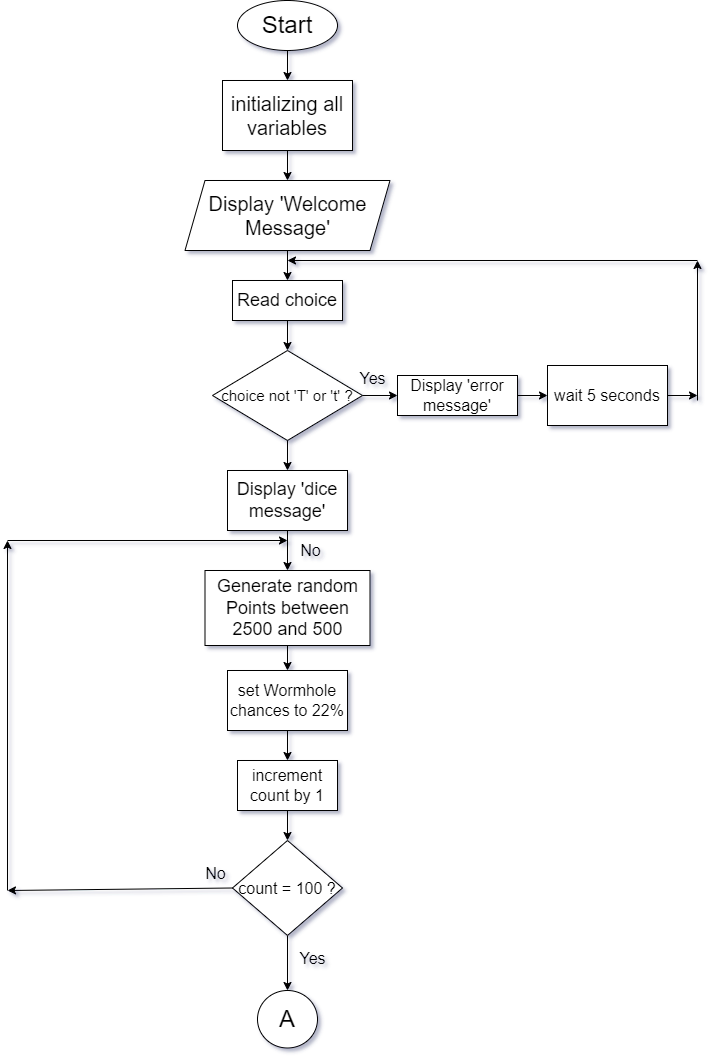
apollo69-22/Computer-Studies keeps this draw.io diagram as Computer Programs/java_peter/Year_Final_Project/Space-RacerII/Documentation/Game Flowchart/Game Flowchart (Draw.IO)/Image Files/Space Racer JAVA Game (Game Flowchart) (PG 1).png. Above is the earlier version. Source tidied: cells renumbered, new cells last; positions are measured from the earlier drawing's top-left corner, leaving out a move shared by most shapes. Source of this version:
```xml
<mxGraphModel>
  <root>
    <mxCell id="0" />
    <mxCell id="1" parent="0" />
    <mxCell id="2" value="&lt;font style=&quot;font-size: 24px;&quot;&gt;Start&lt;/font&gt;" style="ellipse;whiteSpace=wrap;html=1;" parent="1" vertex="1">
      <mxGeometry x="230" width="100" height="50" as="geometry" />
    </mxCell>
    <mxCell id="3" value="&lt;font style=&quot;font-size: 20px;&quot;&gt;initializing all variables&lt;/font&gt;" style="rounded=0;whiteSpace=wrap;html=1;" parent="1" vertex="1">
      <mxGeometry x="215" y="80" width="130" height="70" as="geometry" />
    </mxCell>
    <mxCell id="4" style="endArrow=classic;html=1;rounded=0;exitX=0.5;exitY=1;exitDx=0;exitDy=0;entryX=0.5;entryY=0;entryDx=0;entryDy=0;" parent="1" edge="1" source="3" target="5">
      <mxGeometry relative="1" as="geometry" />
    </mxCell>
    <mxCell id="5" value="&lt;font style=&quot;font-size: 20px;&quot;&gt;Display 'Welcome Message'&lt;/font&gt;" style="shape=parallelogram;perimeter=parallelogramPerimeter;whiteSpace=wrap;html=1;fixedSize=1;" parent="1" vertex="1">
      <mxGeometry x="177.5" y="180" width="205" height="70" as="geometry" />
    </mxCell>
    <mxCell id="6" style="endArrow=classic;html=1;rounded=0;exitX=0.5;exitY=1;exitDx=0;exitDy=0;entryX=0.5;entryY=0;entryDx=0;entryDy=0;" parent="1" edge="1" source="5" target="7">
      <mxGeometry relative="1" as="geometry" />
    </mxCell>
    <mxCell id="7" value="&lt;font style=&quot;font-size: 18px;&quot;&gt;Read choice&lt;/font&gt;" style="rounded=0;whiteSpace=wrap;html=1;" parent="1" vertex="1">
      <mxGeometry x="225" y="280" width="110" height="40" as="geometry" />
    </mxCell>
    <mxCell id="8" style="endArrow=classic;html=1;rounded=0;exitX=0.5;exitY=1;exitDx=0;exitDy=0;entryX=0.5;entryY=0;entryDx=0;entryDy=0;" parent="1" edge="1" source="7" target="9">
      <mxGeometry relative="1" as="geometry" />
    </mxCell>
    <mxCell id="9" value="&lt;font style=&quot;font-size: 15px;&quot;&gt;choice not 'T' or 't' ?&lt;/font&gt;" style="rhombus;whiteSpace=wrap;html=1;" parent="1" vertex="1">
      <mxGeometry x="205" y="350" width="150" height="90" as="geometry" />
    </mxCell>
    <mxCell id="10" style="endArrow=classic;html=1;rounded=0;exitX=0.5;exitY=1;exitDx=0;exitDy=0;entryX=0.5;entryY=0;entryDx=0;entryDy=0;" parent="1" edge="1" source="2" target="3">
      <mxGeometry relative="1" as="geometry" />
    </mxCell>
    <mxCell id="11" style="endArrow=classic;html=1;rounded=0;entryX=0.5;entryY=0;entryDx=0;entryDy=0;exitX=0.5;exitY=1;exitDx=0;exitDy=0;" parent="1" edge="1" source="9" target="12">
      <mxGeometry relative="1" as="geometry" />
    </mxCell>
    <mxCell id="12" value="&lt;font style=&quot;font-size: 18px;&quot;&gt;Display 'dice message'&lt;/font&gt;" style="rounded=0;whiteSpace=wrap;html=1;" parent="1" vertex="1">
      <mxGeometry x="220" y="470" width="120" height="60" as="geometry" />
    </mxCell>
    <mxCell id="13" style="endArrow=classic;html=1;rounded=0;entryX=0.5;entryY=0;entryDx=0;entryDy=0;exitX=0.5;exitY=1;exitDx=0;exitDy=0;" parent="1" edge="1" source="12" target="15">
      <mxGeometry relative="1" as="geometry" />
    </mxCell>
    <mxCell id="14" style="edgeStyle=orthogonalEdgeStyle;rounded=0;jettySize=auto;html=1;entryX=0.5;entryY=0;entryDx=0;entryDy=0;" parent="1" edge="1" source="15" target="17">
      <mxGeometry relative="1" as="geometry" />
    </mxCell>
    <mxCell id="15" value="&lt;font style=&quot;font-size: 18px;&quot;&gt;Generate random Points between 2500 and 500&lt;/font&gt;" style="rounded=0;whiteSpace=wrap;html=1;" parent="1" vertex="1">
      <mxGeometry x="197.5" y="570" width="165" height="75" as="geometry" />
    </mxCell>
    <mxCell id="16" style="edgeStyle=orthogonalEdgeStyle;rounded=0;jettySize=auto;html=1;" parent="1" edge="1" source="17" target="19">
      <mxGeometry relative="1" as="geometry" />
    </mxCell>
    <mxCell id="17" value="&lt;font style=&quot;font-size: 16px;&quot;&gt;set Wormhole chances to 22%&lt;/font&gt;" style="rounded=0;whiteSpace=wrap;html=1;" parent="1" vertex="1">
      <mxGeometry x="220" y="670" width="120" height="60" as="geometry" />
    </mxCell>
    <mxCell id="18" style="edgeStyle=orthogonalEdgeStyle;rounded=0;jettySize=auto;html=1;" parent="1" edge="1" source="19" target="21">
      <mxGeometry relative="1" as="geometry" />
    </mxCell>
    <mxCell id="19" value="&lt;font style=&quot;font-size: 16px;&quot;&gt;increment count by 1&lt;/font&gt;" style="whiteSpace=wrap;html=1;rounded=0;" parent="1" vertex="1">
      <mxGeometry x="230" y="760" width="100" height="50" as="geometry" />
    </mxCell>
    <mxCell id="20" style="edgeStyle=orthogonalEdgeStyle;rounded=0;jettySize=auto;html=1;" parent="1" edge="1" source="21" target="22">
      <mxGeometry relative="1" as="geometry" />
    </mxCell>
    <mxCell id="21" value="&lt;font style=&quot;font-size: 16px;&quot;&gt;count = 100 ?&lt;/font&gt;" style="rhombus;whiteSpace=wrap;html=1;rounded=0;" parent="1" vertex="1">
      <mxGeometry x="225" y="840" width="110" height="95" as="geometry" />
    </mxCell>
    <mxCell id="22" value="&lt;font style=&quot;font-size: 24px;&quot;&gt;A&lt;/font&gt;" style="ellipse;whiteSpace=wrap;html=1;rounded=0;" parent="1" vertex="1">
      <mxGeometry x="250" y="990" width="60" height="57.5" as="geometry" />
    </mxCell>
    <mxCell id="23" style="endArrow=classic;html=1;rounded=0;exitX=0;exitY=0.5;exitDx=0;exitDy=0;" parent="1" edge="1" source="21">
      <mxGeometry relative="1" as="geometry">
        <mxPoint y="890" as="targetPoint" />
      </mxGeometry>
    </mxCell>
    <mxCell id="24" style="endArrow=classic;html=1;rounded=0;" parent="1" edge="1">
      <mxGeometry relative="1" as="geometry">
        <mxPoint y="540" as="sourcePoint" />
        <mxPoint x="280" y="540" as="targetPoint" />
      </mxGeometry>
    </mxCell>
    <mxCell id="25" style="endArrow=classic;html=1;rounded=0;" parent="1" edge="1">
      <mxGeometry relative="1" as="geometry">
        <mxPoint y="890" as="sourcePoint" />
        <mxPoint y="540" as="targetPoint" />
      </mxGeometry>
    </mxCell>
    <mxCell id="26" style="endArrow=classic;html=1;rounded=0;exitX=1;exitY=0.5;exitDx=0;exitDy=0;entryX=0;entryY=0.5;entryDx=0;entryDy=0;" parent="1" edge="1" source="9" target="28">
      <mxGeometry relative="1" as="geometry" />
    </mxCell>
    <mxCell id="27" style="edgeStyle=orthogonalEdgeStyle;rounded=0;jettySize=auto;html=1;" parent="1" edge="1" source="28" target="29">
      <mxGeometry relative="1" as="geometry" />
    </mxCell>
    <mxCell id="28" value="&lt;font style=&quot;font-size: 16px;&quot;&gt;Display 'error message'&lt;/font&gt;" style="rounded=0;whiteSpace=wrap;html=1;" parent="1" vertex="1">
      <mxGeometry x="390" y="375" width="120" height="40" as="geometry" />
    </mxCell>
    <mxCell id="29" value="&lt;font style=&quot;font-size: 16px;&quot;&gt;wait 5 seconds&lt;/font&gt;" style="whiteSpace=wrap;html=1;rounded=0;" parent="1" vertex="1">
      <mxGeometry x="540" y="365" width="120" height="60" as="geometry" />
    </mxCell>
    <mxCell id="30" style="endArrow=classic;html=1;rounded=0;" parent="1" edge="1">
      <mxGeometry relative="1" as="geometry">
        <mxPoint x="690" y="260" as="sourcePoint" />
        <mxPoint x="280" y="260" as="targetPoint" />
      </mxGeometry>
    </mxCell>
    <mxCell id="31" style="endArrow=classic;html=1;rounded=0;exitX=1;exitY=0.5;exitDx=0;exitDy=0;" parent="1" edge="1" source="29">
      <mxGeometry relative="1" as="geometry">
        <mxPoint x="690" y="395" as="targetPoint" />
      </mxGeometry>
    </mxCell>
    <mxCell id="32" style="endArrow=classic;html=1;rounded=0;" parent="1" edge="1">
      <mxGeometry relative="1" as="geometry">
        <mxPoint x="690" y="400" as="sourcePoint" />
        <mxPoint x="690" y="260" as="targetPoint" />
      </mxGeometry>
    </mxCell>
    <mxCell id="33" value="&lt;font style=&quot;font-size: 16px;&quot;&gt;Yes&lt;/font&gt;" style="text;html=1;align=center;verticalAlign=middle;strokeColor=none;fillColor=none;" parent="1" vertex="1">
      <mxGeometry x="340" y="363" width="50" height="30" as="geometry" />
    </mxCell>
    <mxCell id="34" value="&lt;font style=&quot;font-size: 16px;&quot;&gt;Yes&lt;/font&gt;" style="text;html=1;align=center;verticalAlign=middle;strokeColor=none;fillColor=none;" parent="1" vertex="1">
      <mxGeometry x="280" y="943" width="50" height="30" as="geometry" />
    </mxCell>
    <mxCell id="35" value="&lt;font style=&quot;font-size: 16px;&quot;&gt;No&lt;/font&gt;" style="text;html=1;align=center;verticalAlign=middle;strokeColor=none;fillColor=none;" parent="1" vertex="1">
      <mxGeometry x="188" y="858" width="40" height="30" as="geometry" />
    </mxCell>
    <mxCell id="36" value="&lt;font style=&quot;font-size: 16px;&quot;&gt;No&lt;/font&gt;" style="text;html=1;align=center;verticalAlign=middle;strokeColor=none;fillColor=none;" parent="1" vertex="1">
      <mxGeometry x="283" y="535" width="40" height="30" as="geometry" />
    </mxCell>
  </root>
</mxGraphModel>
```
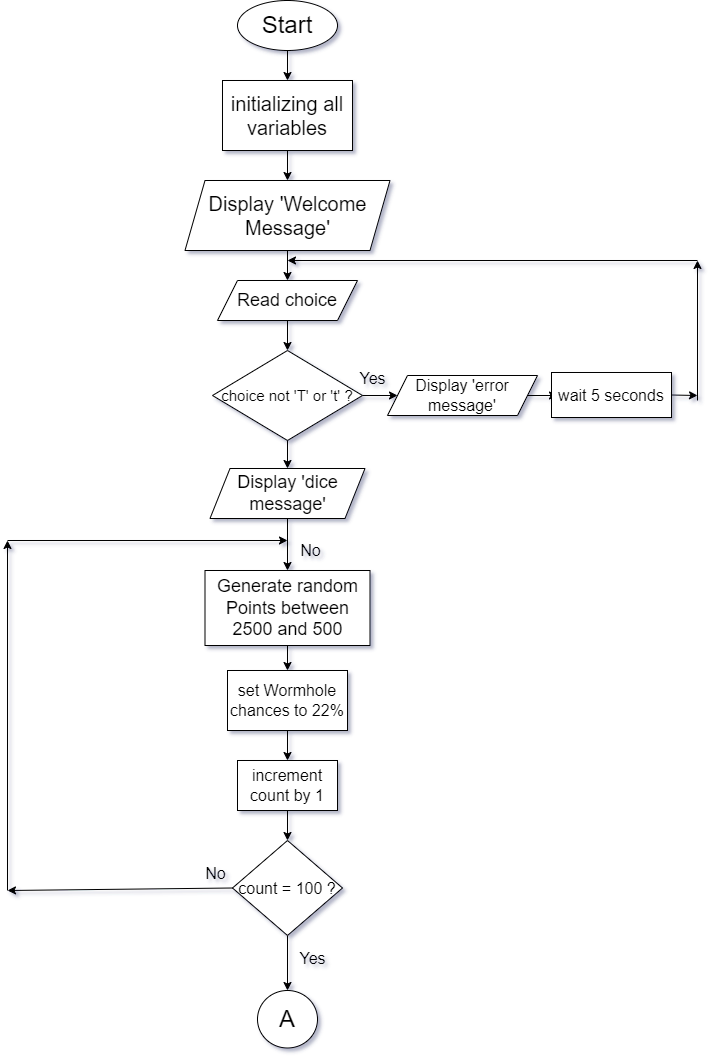
Later version of the same file.

Change to the diagram source:
```diff
@@ -17,10 +17,7 @@
     <mxCell id="6" style="endArrow=classic;html=1;rounded=0;exitX=0.5;exitY=1;exitDx=0;exitDy=0;entryX=0.5;entryY=0;entryDx=0;entryDy=0;" parent="1" edge="1" source="5" target="7">
       <mxGeometry relative="1" as="geometry" />
     </mxCell>
-    <mxCell id="7" value="&lt;font style=&quot;font-size: 18px;&quot;&gt;Read choice&lt;/font&gt;" style="rounded=0;whiteSpace=wrap;html=1;" parent="1" vertex="1">
-      <mxGeometry x="225" y="280" width="110" height="40" as="geometry" />
-    </mxCell>
-    <mxCell id="8" style="endArrow=classic;html=1;rounded=0;exitX=0.5;exitY=1;exitDx=0;exitDy=0;entryX=0.5;entryY=0;entryDx=0;entryDy=0;" parent="1" edge="1" source="7" target="9">
+    <mxCell id="8" style="endArrow=classic;html=1;rounded=0;entryX=0.5;entryY=0;entryDx=0;entryDy=0;exitX=0.5;exitY=1;exitDx=0;exitDy=0;" parent="1" edge="1" source="7" target="9">
       <mxGeometry relative="1" as="geometry" />
     </mxCell>
     <mxCell id="9" value="&lt;font style=&quot;font-size: 15px;&quot;&gt;choice not 'T' or 't' ?&lt;/font&gt;" style="rhombus;whiteSpace=wrap;html=1;" parent="1" vertex="1">
@@ -32,11 +29,10 @@
     <mxCell id="11" style="endArrow=classic;html=1;rounded=0;entryX=0.5;entryY=0;entryDx=0;entryDy=0;exitX=0.5;exitY=1;exitDx=0;exitDy=0;" parent="1" edge="1" source="9" target="12">
       <mxGeometry relative="1" as="geometry" />
     </mxCell>
-    <mxCell id="12" value="&lt;font style=&quot;font-size: 18px;&quot;&gt;Display 'dice message'&lt;/font&gt;" style="rounded=0;whiteSpace=wrap;html=1;" parent="1" vertex="1">
-      <mxGeometry x="220" y="470" width="120" height="60" as="geometry" />
-    </mxCell>
-    <mxCell id="13" style="endArrow=classic;html=1;rounded=0;entryX=0.5;entryY=0;entryDx=0;entryDy=0;exitX=0.5;exitY=1;exitDx=0;exitDy=0;" parent="1" edge="1" source="12" target="15">
-      <mxGeometry relative="1" as="geometry" />
+    <mxCell id="13" style="endArrow=classic;html=1;rounded=0;exitX=0.5;exitY=1;exitDx=0;exitDy=0;" parent="1" edge="1" source="12">
+      <mxGeometry relative="1" as="geometry">
+        <mxPoint x="280" y="570" as="targetPoint" />
+      </mxGeometry>
     </mxCell>
     <mxCell id="14" style="edgeStyle=orthogonalEdgeStyle;rounded=0;jettySize=auto;html=1;entryX=0.5;entryY=0;entryDx=0;entryDy=0;" parent="1" edge="1" source="15" target="17">
       <mxGeometry relative="1" as="geometry" />
@@ -85,14 +81,11 @@
     <mxCell id="26" style="endArrow=classic;html=1;rounded=0;exitX=1;exitY=0.5;exitDx=0;exitDy=0;entryX=0;entryY=0.5;entryDx=0;entryDy=0;" parent="1" edge="1" source="9" target="28">
       <mxGeometry relative="1" as="geometry" />
     </mxCell>
-    <mxCell id="27" style="edgeStyle=orthogonalEdgeStyle;rounded=0;jettySize=auto;html=1;" parent="1" edge="1" source="28" target="29">
+    <mxCell id="27" style="edgeStyle=orthogonalEdgeStyle;rounded=0;jettySize=auto;html=1;exitX=1;exitY=0.5;exitDx=0;exitDy=0;" parent="1" edge="1" source="28" target="29">
       <mxGeometry relative="1" as="geometry" />
     </mxCell>
-    <mxCell id="28" value="&lt;font style=&quot;font-size: 16px;&quot;&gt;Display 'error message'&lt;/font&gt;" style="rounded=0;whiteSpace=wrap;html=1;" parent="1" vertex="1">
-      <mxGeometry x="390" y="375" width="120" height="40" as="geometry" />
-    </mxCell>
     <mxCell id="29" value="&lt;font style=&quot;font-size: 16px;&quot;&gt;wait 5 seconds&lt;/font&gt;" style="whiteSpace=wrap;html=1;rounded=0;" parent="1" vertex="1">
-      <mxGeometry x="540" y="365" width="120" height="60" as="geometry" />
+      <mxGeometry x="544" y="372" width="120" height="45" as="geometry" />
     </mxCell>
     <mxCell id="30" style="endArrow=classic;html=1;rounded=0;" parent="1" edge="1">
       <mxGeometry relative="1" as="geometry">
@@ -123,5 +116,14 @@
     <mxCell id="36" value="&lt;font style=&quot;font-size: 16px;&quot;&gt;No&lt;/font&gt;" style="text;html=1;align=center;verticalAlign=middle;strokeColor=none;fillColor=none;" parent="1" vertex="1">
       <mxGeometry x="283" y="535" width="40" height="30" as="geometry" />
     </mxCell>
+    <mxCell id="7" value="&lt;font style=&quot;font-size: 18px;&quot;&gt;Read choice&lt;/font&gt;" style="shape=parallelogram;perimeter=parallelogramPerimeter;whiteSpace=wrap;html=1;fixedSize=1;" parent="1" vertex="1">
+      <mxGeometry x="210" y="280" width="140" height="40" as="geometry" />
+    </mxCell>
+    <mxCell id="28" value="&lt;font style=&quot;font-size: 16px;&quot;&gt;Display 'error message'&lt;/font&gt;" style="shape=parallelogram;perimeter=parallelogramPerimeter;whiteSpace=wrap;html=1;fixedSize=1;" parent="1" vertex="1">
+      <mxGeometry x="380" y="375" width="150" height="40" as="geometry" />
+    </mxCell>
+    <mxCell id="12" value="&lt;font style=&quot;font-size: 18px;&quot;&gt;Display 'dice message'&lt;/font&gt;" style="shape=parallelogram;perimeter=parallelogramPerimeter;whiteSpace=wrap;html=1;fixedSize=1;" parent="1" vertex="1">
+      <mxGeometry x="202.5" y="468" width="155" height="50" as="geometry" />
+    </mxCell>
   </root>
 </mxGraphModel>
```
